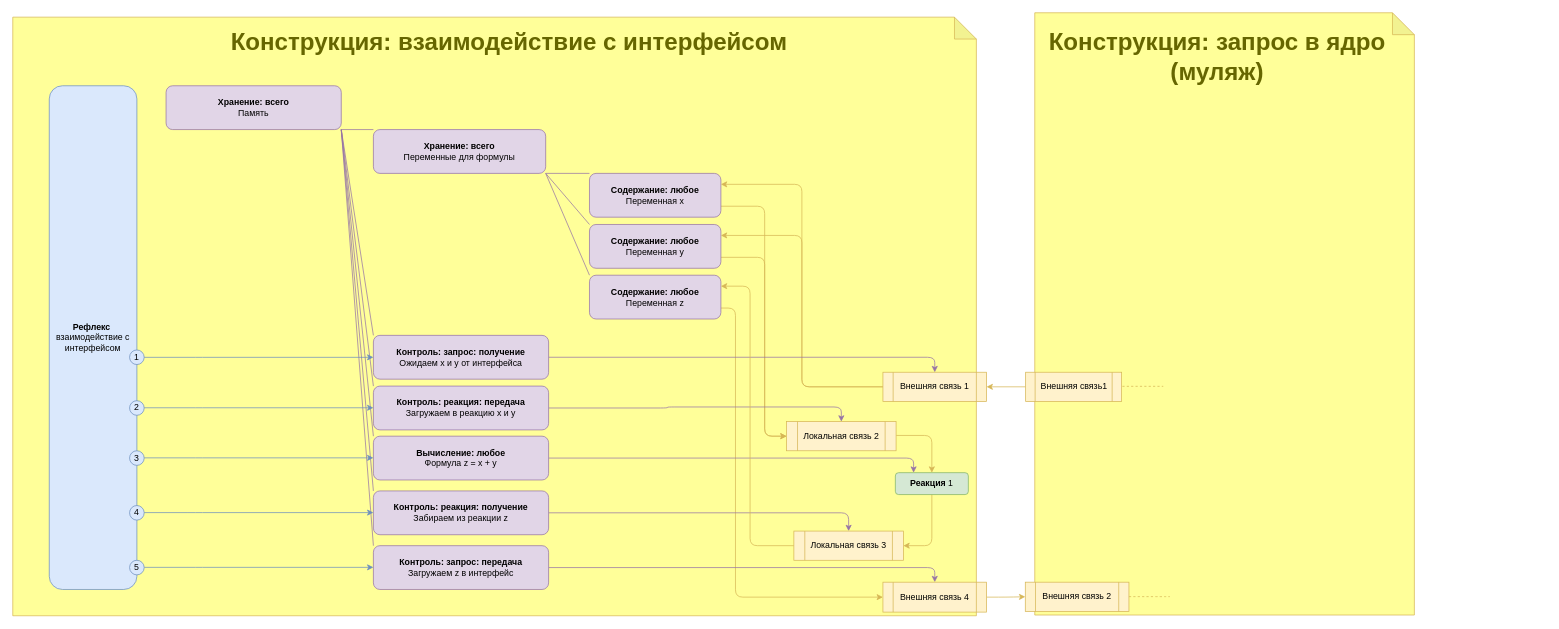
it-architector/invention.csdr keeps this draw.io diagram as Картинки/Взаимодействие ядра.drawio. Above is the earlier version. Source tidied: cells renumbered, new cells numbered last; positions are measured from the earlier drawing's top-left corner, leaving out a move shared by most shapes. Both pictures are drawn from the tidied source at 73%, with x=0, y=0 at pixel (12, 12).
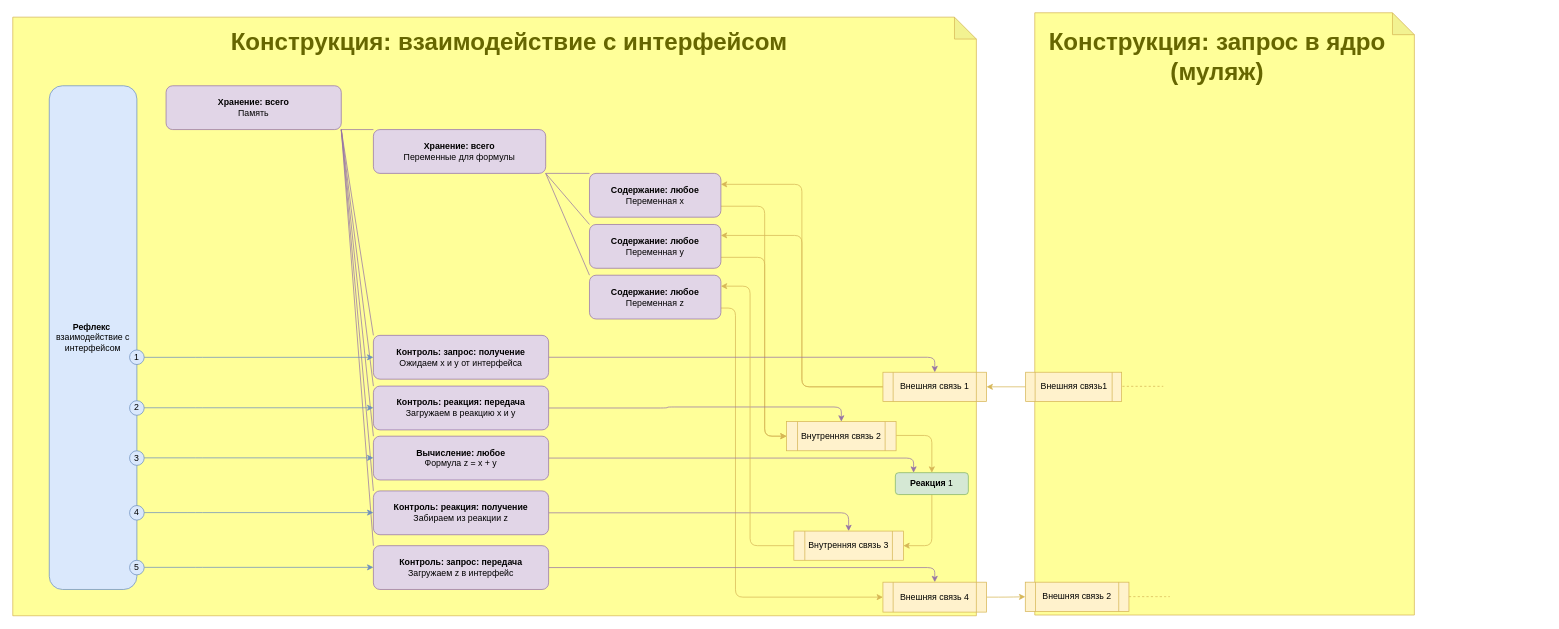
The same diagram, later.

Commit message (it also covers changes not shown here):
Внутренняя связь

Diff of the diagram source:
```diff
@@
-    <mxCell id="41" value="Локальная связь 2" style="shape=process;whiteSpace=wrap;html=1;backgroundOutline=1;fillColor=#fff2cc;strokeColor=#D6B656;" parent="1" vertex="1">
+    <mxCell id="41" value="Внутренняя связь 2" style="shape=process;whiteSpace=wrap;html=1;backgroundOutline=1;fillColor=#fff2cc;strokeColor=#D6B656;" parent="1" vertex="1">
       <mxGeometry x="1060" y="560" width="150" height="40" as="geometry" />
     </mxCell>
@@
-    <mxCell id="43" value="Локальная связь 3" style="shape=process;whiteSpace=wrap;html=1;backgroundOutline=1;fillColor=#fff2cc;strokeColor=#D6B656;" parent="1" vertex="1">
+    <mxCell id="43" value="Внутренняя связь 3" style="shape=process;whiteSpace=wrap;html=1;backgroundOutline=1;fillColor=#fff2cc;strokeColor=#D6B656;" parent="1" vertex="1">
       <mxGeometry x="1070" y="710" width="150" height="40" as="geometry" />
     </mxCell>
```
